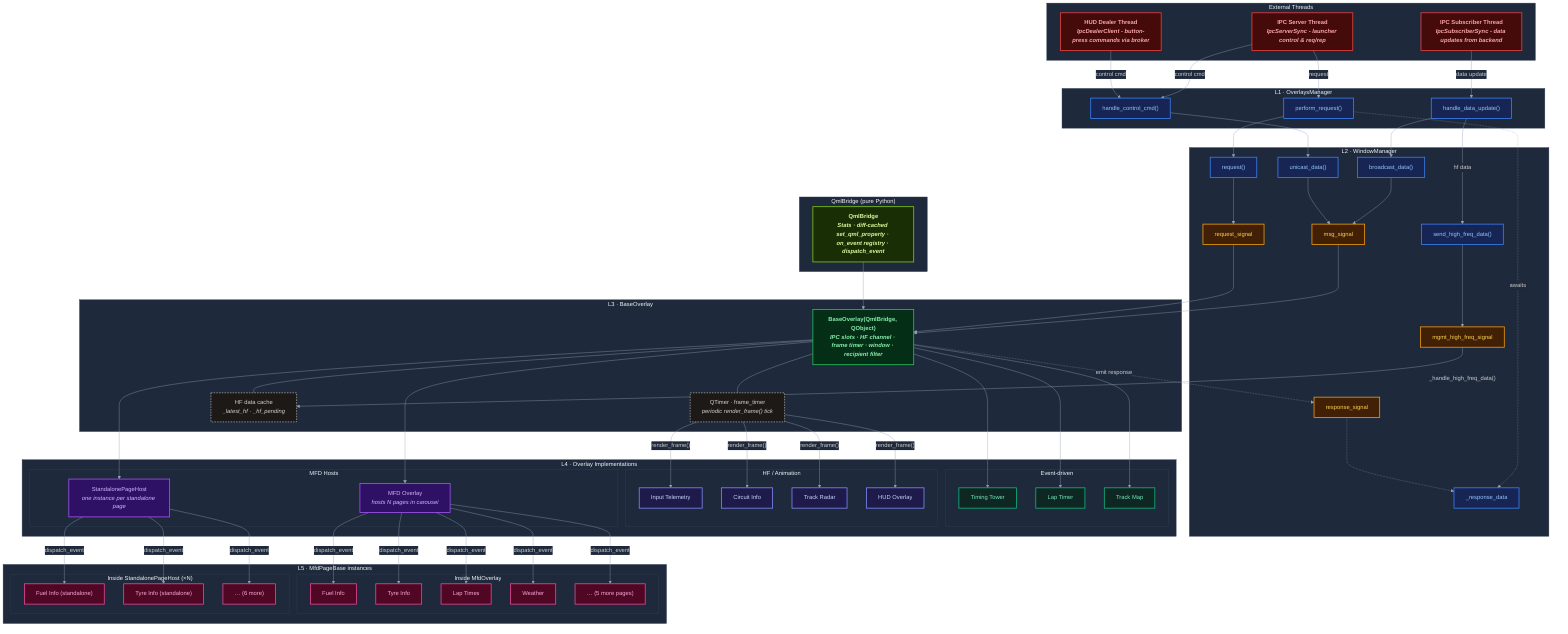
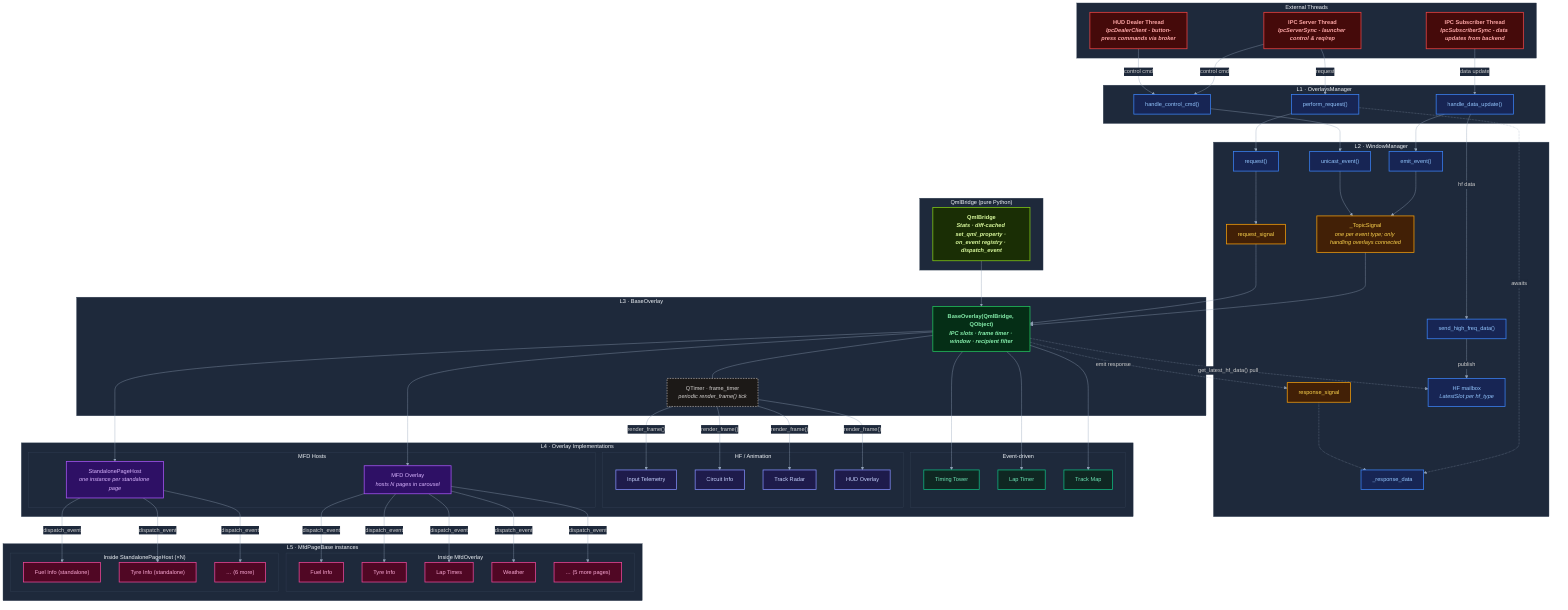
%%{init: {'theme':'dark', 'themeVariables': {
  'primaryColor':'#1e293b',
  'primaryTextColor':'#e2e8f0',
  'primaryBorderColor':'#475569',
  'lineColor':'#94a3b8',
  'secondaryColor':'#0f172a',
  'tertiaryColor':'#1e293b',
  'background':'#0f172a',
  'mainBkg':'#1e293b',
  'clusterBkg':'#1e293b',
  'clusterBorder':'#334155',
  'edgeLabelBackground':'#1e293b',
  'titleColor':'#f1f5f9',
  'fontSize':'15px'
}}}%%

graph TD

subgraph EXT["External Threads"]
    IPC["IPC Server Thread<br/><i>IpcServerSync - launcher control &amp; req/rep</i>"]
    DEALER["HUD Dealer Thread<br/><i>IpcDealerClient - button-press commands via broker</i>"]
    SUB["IPC Subscriber Thread<br/><i>IpcSubscriberSync - data updates from backend</i>"]
end

subgraph OM["L1 · OverlaysManager"]
    OM_Cmd["handle_control_cmd()"]
    OM_Data["handle_data_update()"]
    OM_Req["perform_request()"]
end

subgraph WMALL["L2 · WindowManager"]
-     API_BC["broadcast_data()"]
-     API_UC["unicast_data()"]
+     API_BC["emit_event()"]
+     API_UC["unicast_event()"]
    API_HF["send_high_freq_data()"]
    API_REQ["request()"]
-     Sig_MSG["msg_signal"]
-     Sig_HF["mgmt_high_freq_signal"]
+     Sig_MSG["_TopicSignal<br/><i>one per event type; only handling overlays connected</i>"]
    Sig_REQ["request_signal"]
    Sig_RESP["response_signal"]
    RespStore["_response_data"]
+     HFMailbox["HF mailbox<br/><i>LatestSlot per hf_type</i>"]
end

subgraph BRIDGE["QmlBridge (pure Python)"]
    QmlBridge["QmlBridge<br/><i>Stats · diff-cached set_qml_property · on_event registry · dispatch_event</i>"]
end

subgraph BASE["L3 · BaseOverlay"]
-     BaseOverlay["BaseOverlay(QmlBridge, QObject)<br/><i>IPC slots · HF channel · frame timer · window · recipient filter</i>"]
+     BaseOverlay["BaseOverlay(QmlBridge, QObject)<br/><i>IPC slots · frame timer · window · recipient filter</i>"]
    FrameTimer["QTimer · frame_timer<br/><i>periodic render_frame() tick</i>"]
-     HFCache["HF data cache<br/><i>_latest_hf · _hf_pending</i>"]
end

subgraph OVERLAYS["L4 · Overlay Implementations"]
    subgraph EVTOVERLAYS["Event-driven"]
        TimingTowerOverlay["Timing Tower"]
        LapTimeOverlay["Lap Timer"]
        TrackMapOverlay["Track Map"]
    end
    subgraph HFOVERLAYS["HF / Animation"]
        InputTelemetryOverlay["Input Telemetry"]
        CircuitInfoOverlay["Circuit Info"]
        TrackRadarOverlay["Track Radar"]
        HudOverlay["HUD Overlay"]
    end
    subgraph MFDHOSTS["MFD Hosts"]
        MfdOverlay["MFD Overlay<br/><i>hosts N pages in carousel</i>"]
        StandalonePageHost["StandalonePageHost<br/><i>one instance per standalone page</i>"]
    end
end

subgraph PAGES["L5 · MfdPageBase instances"]
    subgraph MFDPAGES["Inside MfdOverlay"]
        FuelPage["Fuel Info"]
        TyrePage["Tyre Info"]
        LapTimesPage["Lap Times"]
        WeatherPage["Weather"]
        OtherPages["… (5 more pages)"]
    end
    subgraph STANDALONEPAGE["Inside StandalonePageHost (×N)"]
        SFuelPage["Fuel Info (standalone)"]
        STyrePage["Tyre Info (standalone)"]
        SOtherPages["… (6 more)"]
    end
end

%% ── External → OverlaysManager ──────────────────────────────────────────
IPC -->|"control cmd"| OM_Cmd
DEALER -->|"control cmd"| OM_Cmd
SUB -->|"data update"| OM_Data
IPC -->|"request"| OM_Req

%% ── OverlaysManager → WindowManager ─────────────────────────────────────
OM_Cmd --> API_UC
OM_Data --> API_BC
OM_Data -->|"hf data"| API_HF
OM_Req --> API_REQ

%% ── WindowManager → Signals ──────────────────────────────────────────────
API_BC --> Sig_MSG
API_UC --> Sig_MSG
- API_HF --> Sig_HF
+ API_HF -->|"publish"| HFMailbox
API_REQ --> Sig_REQ

%% ── Signals → BaseOverlay ────────────────────────────────────────────────
Sig_MSG --> BaseOverlay
Sig_REQ --> BaseOverlay
- Sig_HF -->|"_handle_high_freq_data()"| HFCache
+ BaseOverlay -.->|"get_latest_hf_data() pull"| HFMailbox

%% ── QmlBridge → BaseOverlay ──────────────────────────────────────────────
QmlBridge --> BaseOverlay
BaseOverlay --- FrameTimer
- BaseOverlay --- HFCache

%% ── Event-driven overlays ────────────────────────────────────────────────
BaseOverlay --> TimingTowerOverlay
BaseOverlay --> LapTimeOverlay
BaseOverlay --> TrackMapOverlay
BaseOverlay --> MfdOverlay
BaseOverlay --> StandalonePageHost

%% ── HF overlays ──────────────────────────────────────────────────────────
FrameTimer -->|"render_frame()"| InputTelemetryOverlay
FrameTimer -->|"render_frame()"| CircuitInfoOverlay
FrameTimer -->|"render_frame()"| TrackRadarOverlay
FrameTimer -->|"render_frame()"| HudOverlay

%% ── Response path ────────────────────────────────────────────────────────
OM_Req -.->|"awaits"| RespStore
BaseOverlay -.->|"emit response"| Sig_RESP
Sig_RESP -.-> RespStore

%% ── MFD pages ────────────────────────────────────────────────────────────
MfdOverlay -->|"dispatch_event"| FuelPage
MfdOverlay -->|"dispatch_event"| TyrePage
MfdOverlay -->|"dispatch_event"| LapTimesPage
MfdOverlay -->|"dispatch_event"| WeatherPage
MfdOverlay -->|"dispatch_event"| OtherPages

%% ── Standalone page hosts ────────────────────────────────────────────────
StandalonePageHost -->|"dispatch_event"| SFuelPage
StandalonePageHost -->|"dispatch_event"| STyrePage
StandalonePageHost -->|"dispatch_event"| SOtherPages

%% ── Styles ───────────────────────────────────────────────────────────────
classDef thread    fill:#450a0a,stroke:#ef4444,color:#fca5a5,stroke-width:2px,font-weight:bold
classDef manager   fill:#172554,stroke:#3b82f6,color:#93c5fd,stroke-width:2px
classDef signal    fill:#422006,stroke:#f59e0b,color:#fcd34d,stroke-width:2px
classDef bridge    fill:#1a2e05,stroke:#84cc16,color:#d9f99d,stroke-width:2px,font-weight:bold
classDef base      fill:#052e16,stroke:#22c55e,color:#86efac,stroke-width:2px,font-weight:bold
classDef overlay   fill:#0f2722,stroke:#10b981,color:#6ee7b7,stroke-width:2px
classDef hfoverlay fill:#1e1b4b,stroke:#818cf8,color:#c7d2fe,stroke-width:2px
classDef timer     fill:#1c1917,stroke:#a8a29e,color:#d6d3d1,stroke-width:2px,stroke-dasharray:4 3
classDef special   fill:#2e1065,stroke:#a855f7,color:#d8b4fe,stroke-width:2px
classDef page      fill:#500724,stroke:#ec4899,color:#f9a8d4,stroke-width:2px

class IPC,DEALER,SUB thread
- class OM_Cmd,OM_Data,OM_Req,API_BC,API_UC,API_HF,API_REQ,RespStore manager
- class Sig_MSG,Sig_HF,Sig_REQ,Sig_RESP signal
+ class OM_Cmd,OM_Data,OM_Req,API_BC,API_UC,API_HF,API_REQ,RespStore,HFMailbox manager
+ class Sig_MSG,Sig_REQ,Sig_RESP signal
class QmlBridge bridge
class BaseOverlay base
- class HFCache,FrameTimer timer
+ class FrameTimer timer
class TimingTowerOverlay,LapTimeOverlay,TrackMapOverlay overlay
class InputTelemetryOverlay,CircuitInfoOverlay,TrackRadarOverlay,HudOverlay hfoverlay
class MfdOverlay,StandalonePageHost special
class FuelPage,TyrePage,LapTimesPage,WeatherPage,OtherPages,SFuelPage,STyrePage,SOtherPages page
